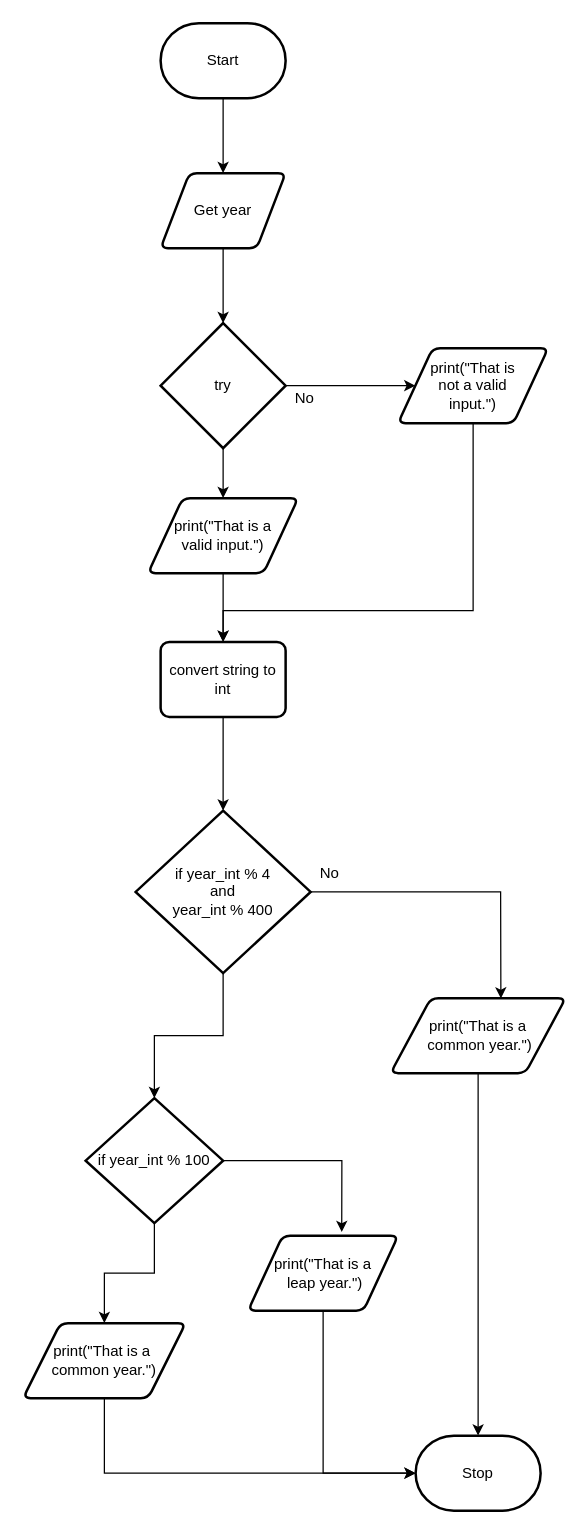
KaitlynIp64/ICS3UR-Unit-3-08-Python keeps this draw.io diagram as designs/flowchart.drawio. Above is the earlier version. Source tidied: cells renumbered, new cells numbered last; positions are measured from the earlier drawing's top-left corner, leaving out a move shared by most shapes. Both pictures are drawn from the tidied source at 125%, with x=0, y=0 at pixel (22, 22).
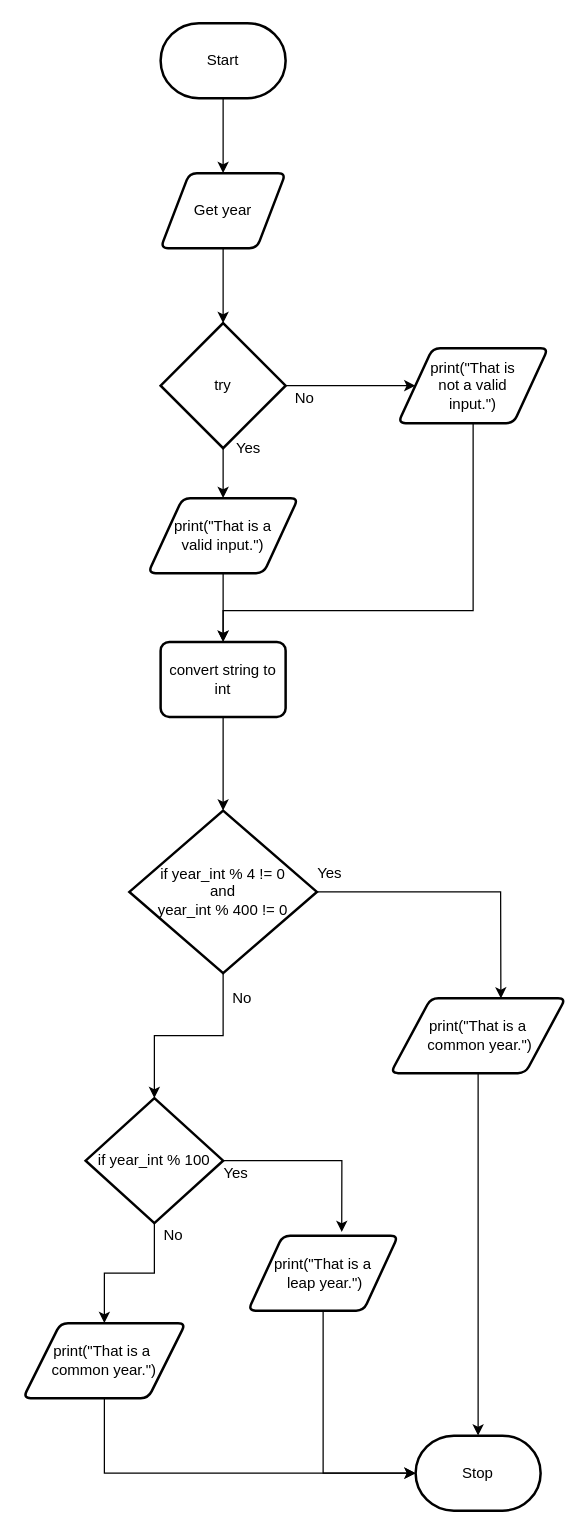
The same page after the edit.

Change to the diagram source:
```diff
@@
-    <mxCell id="17" value="if year_int % 4 &lt;br&gt;and &lt;br&gt;year_int % 400" style="strokeWidth=2;html=1;shape=mxgraph.flowchart.decision;whiteSpace=wrap;" parent="1" vertex="1">
-      <mxGeometry x="90" y="630" width="140" height="130" as="geometry" />
+    <mxCell id="17" value="if year_int % 4 != 0&lt;br&gt;and &lt;br&gt;year_int % 400 != 0" style="strokeWidth=2;html=1;shape=mxgraph.flowchart.decision;whiteSpace=wrap;" parent="1" vertex="1">
+      <mxGeometry x="85" y="630" width="150" height="130" as="geometry" />
     </mxCell>
@@
-    <mxCell id="29" value="No" style="text;html=1;align=center;verticalAlign=middle;strokeColor=none;fillColor=none;" parent="1" vertex="1">
-      <mxGeometry x="230" y="670" width="30" height="20" as="geometry" />
+    <mxCell id="29" value="Yes" style="text;html=1;align=center;verticalAlign=middle;strokeColor=none;fillColor=none;" parent="1" vertex="1">
+      <mxGeometry x="225" y="670" width="40" height="20" as="geometry" />
     </mxCell>
+    <mxCell id="30" value="No" style="text;html=1;align=center;verticalAlign=middle;strokeColor=none;fillColor=none;" parent="1" vertex="1">
+      <mxGeometry x="160" y="770" width="30" height="20" as="geometry" />
+    </mxCell>
+    <mxCell id="31" value="Yes" style="text;html=1;align=center;verticalAlign=middle;strokeColor=none;fillColor=none;" parent="1" vertex="1">
+      <mxGeometry x="150" y="910" width="40" height="20" as="geometry" />
+    </mxCell>
+    <mxCell id="32" value="No" style="text;html=1;align=center;verticalAlign=middle;strokeColor=none;fillColor=none;" parent="1" vertex="1">
+      <mxGeometry x="105" y="960" width="30" height="20" as="geometry" />
+    </mxCell>
+    <mxCell id="33" value="Yes" style="text;html=1;align=center;verticalAlign=middle;strokeColor=none;fillColor=none;" parent="1" vertex="1">
+      <mxGeometry x="160" y="330" width="40" height="20" as="geometry" />
+    </mxCell>
```
